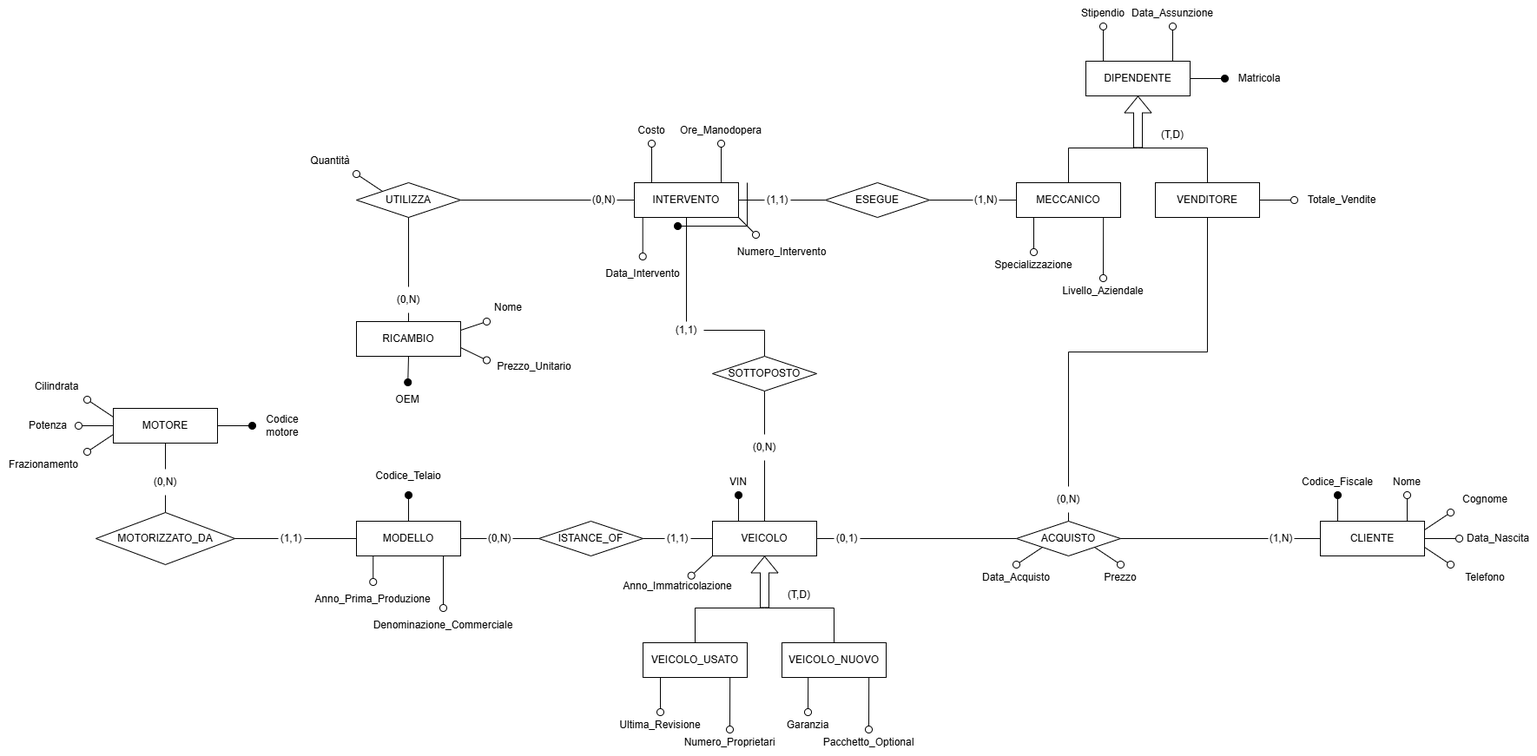
This is Schema ER.png from Ahwrs/ProgettoBasi, a draw.io export, as it was before one commit. Source tidied: cells renumbered, new cells last; positions are measured from the earlier drawing's top-left corner, leaving out a move shared by most shapes.
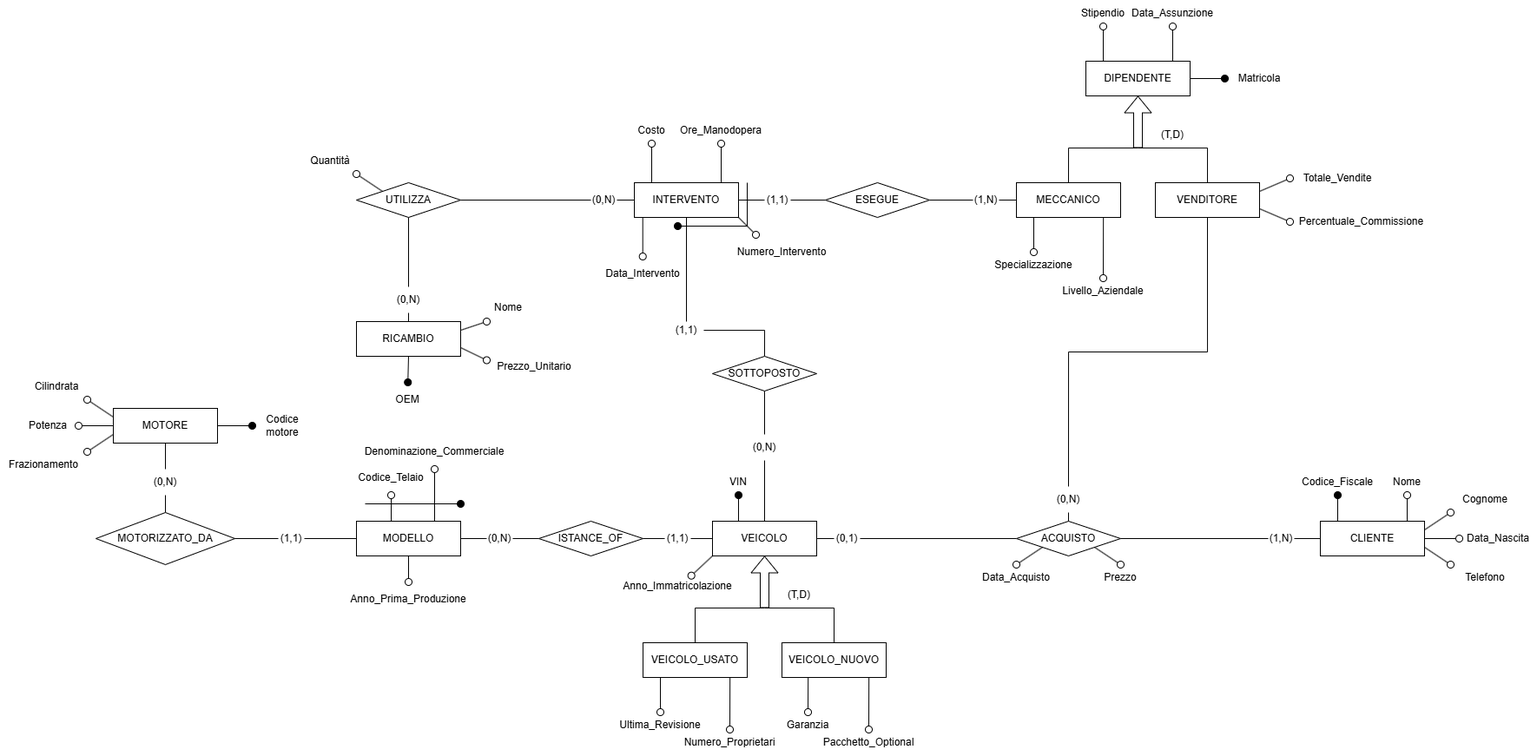
After the change.

Commit message:
Modifica Attributi (Modello e Venditore)

What changed in the source:
```diff
@@ -42,7 +42,7 @@
     <mxCell id="13" value="Nome" style="text;html=1;whiteSpace=wrap;strokeColor=none;fillColor=none;align=center;verticalAlign=middle;rounded=0;" parent="1" vertex="1">
       <mxGeometry x="1590" y="540" width="60" height="30" as="geometry" />
     </mxCell>
-    <mxCell id="14" style="shape=flexArrow;endArrow=classic;html=1;rounded=0;entryX=0.5;entryY=1;entryDx=0;entryDy=0;" parent="1" edge="1" target="6">
+    <mxCell id="14" style="shape=flexArrow;endArrow=classic;html=1;rounded=0;entryX=0.5;entryY=1;entryDx=0;entryDy=0;fillColor=default;" parent="1" edge="1" target="6">
       <mxGeometry relative="1" as="geometry">
         <mxPoint x="880" y="700" as="sourcePoint" />
       </mxGeometry>
@@ -200,7 +200,7 @@
     <mxCell id="52" style="rounded=0;jettySize=auto;html=1;exitX=0.5;exitY=1;exitDx=0;exitDy=0;entryX=0.5;entryY=0;entryDx=0;entryDy=0;endArrow=none;endFill=0;edgeStyle=orthogonalEdgeStyle;" parent="1" edge="1" source="92" target="39">
       <mxGeometry relative="1" as="geometry" />
     </mxCell>
-    <mxCell id="53" style="rounded=0;jettySize=auto;html=1;exitX=1;exitY=0.5;exitDx=0;exitDy=0;endArrow=oval;endFill=0;startSize=8;endSize=8;entryX=0;entryY=0.5;entryDx=0;entryDy=0;" parent="1" edge="1" source="54" target="65">
+    <mxCell id="53" style="rounded=0;jettySize=auto;html=1;exitX=1;exitY=0.25;exitDx=0;exitDy=0;endArrow=oval;endFill=0;startSize=8;endSize=8;entryX=0;entryY=0.5;entryDx=0;entryDy=0;" parent="1" edge="1" source="54" target="65">
       <mxGeometry relative="1" as="geometry" />
     </mxCell>
     <mxCell id="54" value="VENDITORE" style="rounded=0;whiteSpace=wrap;html=1;" parent="1" vertex="1">
@@ -243,7 +243,7 @@
       </mxGeometry>
     </mxCell>
     <mxCell id="65" value="Totale_Vendite" style="text;html=1;whiteSpace=wrap;strokeColor=none;fillColor=none;align=center;verticalAlign=middle;rounded=0;" parent="1" vertex="1">
-      <mxGeometry x="1490" y="215" width="110" height="30" as="geometry" />
+      <mxGeometry x="1485" y="190" width="110" height="30" as="geometry" />
     </mxCell>
     <mxCell id="66" style="edgeStyle=none;curved=1;rounded=0;jettySize=auto;html=1;exitX=0.75;exitY=0;exitDx=0;exitDy=0;fontSize=12;startSize=8;endSize=8;endArrow=oval;endFill=0;entryX=0.5;entryY=1;entryDx=0;entryDy=0;" parent="1" edge="1" target="68">
       <mxGeometry relative="1" as="geometry">
@@ -414,30 +414,28 @@
     <mxCell id="116" value="SOTTOPOSTO" style="rhombus;whiteSpace=wrap;html=1;" parent="1" vertex="1">
       <mxGeometry x="820" y="410" width="120" height="40" as="geometry" />
     </mxCell>
-    <mxCell id="117" style="rounded=0;jettySize=auto;html=1;exitX=0.5;exitY=0;exitDx=0;exitDy=0;endArrow=oval;endFill=1;startSize=8;endSize=8;entryX=0.5;entryY=1;entryDx=0;entryDy=0;" parent="1" edge="1" source="118" target="119">
-      <mxGeometry relative="1" as="geometry" />
+    <mxCell id="117" style="rounded=0;jettySize=auto;html=1;exitX=0.25;exitY=0;exitDx=0;exitDy=0;endArrow=oval;endFill=0;startSize=8;endSize=8;entryX=0.5;entryY=1;entryDx=0;entryDy=0;" parent="1" edge="1" target="119">
+      <mxGeometry relative="1" as="geometry">
+        <mxPoint x="450" y="600" as="sourcePoint" />
+      </mxGeometry>
     </mxCell>
     <mxCell id="118" value="MODELLO" style="rounded=0;whiteSpace=wrap;html=1;" parent="1" vertex="1">
       <mxGeometry x="410" y="600" width="120" height="40" as="geometry" />
     </mxCell>
     <mxCell id="119" value="Codice_Telaio" style="text;html=1;whiteSpace=wrap;strokeColor=none;fillColor=none;align=center;verticalAlign=middle;rounded=0;" parent="1" vertex="1">
-      <mxGeometry x="450" y="526" width="40" height="44" as="geometry" />
+      <mxGeometry x="430" y="530" width="40" height="40" as="geometry" />
     </mxCell>
-    <mxCell id="120" style="rounded=0;jettySize=auto;html=1;exitX=0.75;exitY=1;exitDx=0;exitDy=0;endArrow=oval;endFill=0;startSize=8;endSize=8;entryX=0.5;entryY=0;entryDx=0;entryDy=0;" parent="1" edge="1" target="121">
-      <mxGeometry relative="1" as="geometry">
-        <mxPoint x="510" y="640" as="sourcePoint" />
-      </mxGeometry>
+    <mxCell id="120" style="rounded=0;jettySize=auto;html=1;exitX=0.75;exitY=0;exitDx=0;exitDy=0;endArrow=oval;endFill=0;startSize=8;endSize=8;entryX=0.5;entryY=1;entryDx=0;entryDy=0;" parent="1" edge="1" source="118" target="121">
+      <mxGeometry relative="1" as="geometry" />
     </mxCell>
     <mxCell id="121" value="&lt;div&gt;Denominazione_Commerciale&lt;/div&gt;" style="text;html=1;whiteSpace=wrap;strokeColor=none;fillColor=none;align=center;verticalAlign=middle;rounded=0;" parent="1" vertex="1">
-      <mxGeometry x="490" y="700" width="40" height="40" as="geometry" />
+      <mxGeometry x="480" y="500" width="40" height="40" as="geometry" />
     </mxCell>
-    <mxCell id="122" style="rounded=0;jettySize=auto;html=1;endArrow=oval;endFill=0;entryX=0.5;entryY=0;entryDx=0;entryDy=0;startSize=8;endSize=8;exitX=0.25;exitY=1;exitDx=0;exitDy=0;" parent="1" edge="1" target="123">
-      <mxGeometry relative="1" as="geometry">
-        <mxPoint x="429.2" y="640" as="sourcePoint" />
-      </mxGeometry>
+    <mxCell id="122" style="rounded=0;jettySize=auto;html=1;endArrow=oval;endFill=0;entryX=0.5;entryY=0;entryDx=0;entryDy=0;startSize=8;endSize=8;exitX=0.5;exitY=1;exitDx=0;exitDy=0;" parent="1" edge="1" source="118" target="123">
+      <mxGeometry relative="1" as="geometry" />
     </mxCell>
     <mxCell id="123" value="Anno_Prima_Produzione" style="text;html=1;whiteSpace=wrap;strokeColor=none;fillColor=none;align=center;verticalAlign=middle;rounded=0;" parent="1" vertex="1">
-      <mxGeometry x="409.2" y="670" width="40" height="40" as="geometry" />
+      <mxGeometry x="450" y="670" width="40" height="40" as="geometry" />
     </mxCell>
     <mxCell id="124" style="rounded=0;jettySize=auto;html=1;exitX=0;exitY=0.5;exitDx=0;exitDy=0;entryX=1;entryY=0.5;entryDx=0;entryDy=0;endArrow=none;endFill=0;" parent="1" edge="1" source="128" target="118">
       <mxGeometry relative="1" as="geometry" />
@@ -472,5 +470,17 @@
     <mxCell id="134" value="(0,N)" style="text;html=1;whiteSpace=wrap;strokeColor=none;fillColor=none;align=center;verticalAlign=middle;rounded=0;" parent="1" vertex="1">
       <mxGeometry x="175" y="540" width="30" height="30" as="geometry" />
     </mxCell>
+    <mxCell id="135" style="endArrow=oval;html=1;rounded=0;startSize=8;endSize=8;endFill=1;" parent="1" edge="1">
+      <mxGeometry relative="1" as="geometry">
+        <mxPoint x="420" y="580" as="sourcePoint" />
+        <mxPoint x="530" y="580" as="targetPoint" />
+      </mxGeometry>
+    </mxCell>
+    <mxCell id="136" style="rounded=0;jettySize=auto;html=1;exitX=1;exitY=0.75;exitDx=0;exitDy=0;endArrow=oval;endFill=0;startSize=8;endSize=8;entryX=0;entryY=0.5;entryDx=0;entryDy=0;" parent="1" edge="1" source="54" target="137">
+      <mxGeometry relative="1" as="geometry" />
+    </mxCell>
+    <mxCell id="137" value="Percentuale_Commissione" style="text;html=1;whiteSpace=wrap;strokeColor=none;fillColor=none;align=center;verticalAlign=middle;rounded=0;" parent="1" vertex="1">
+      <mxGeometry x="1485" y="240" width="165" height="30" as="geometry" />
+    </mxCell>
   </root>
 </mxGraphModel>
```
